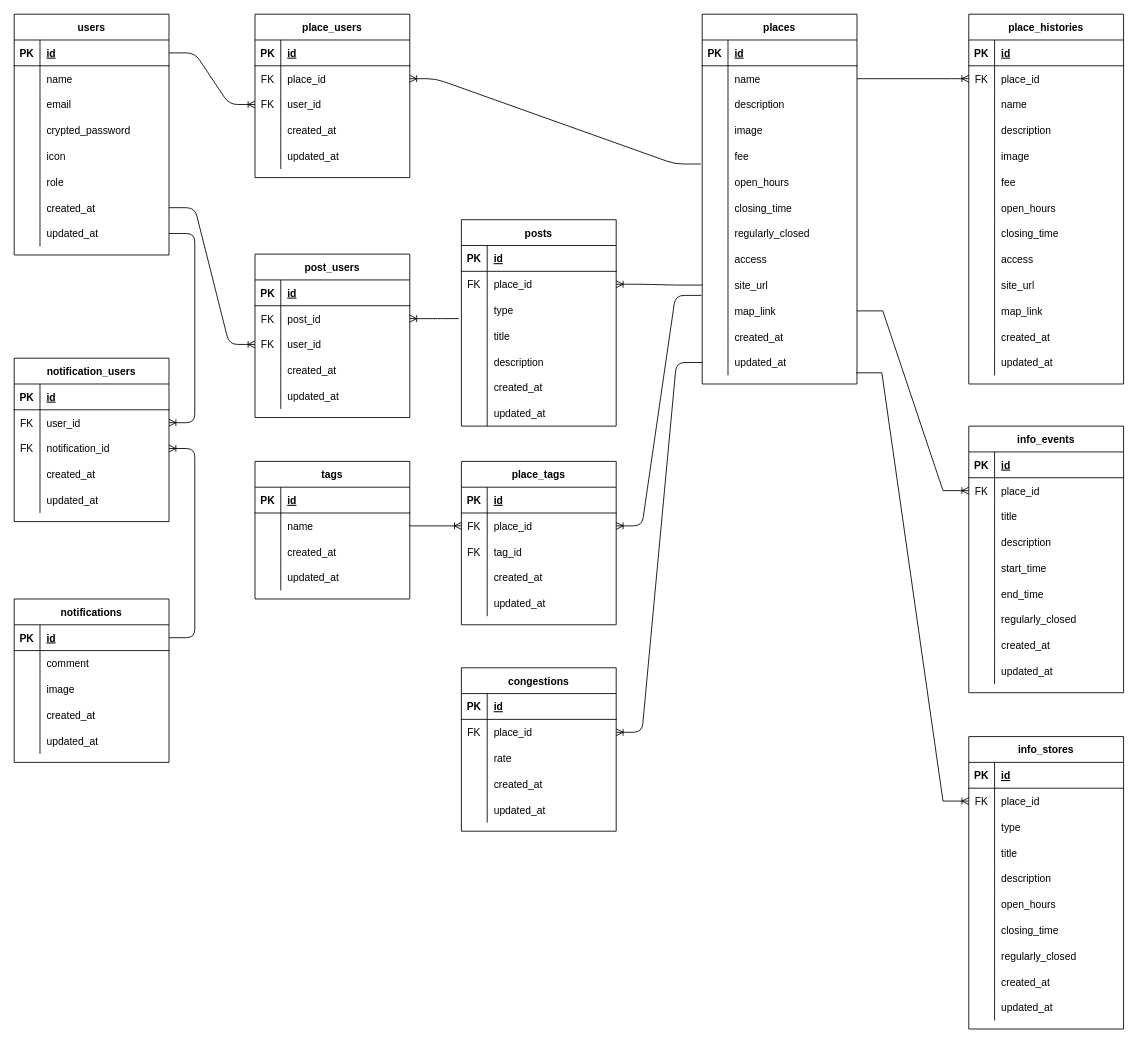
The draw.io diagram er.drawio in yyrnutdkg/rooftop-garden-for-relaxation, before the edit. Source tidied: cells renumbered, new cells numbered last; positions are measured from the earlier drawing's top-left corner, leaving out a move shared by most shapes. Both pictures are drawn from the tidied source at 86%, with x=0, y=0 at pixel (14, 14).
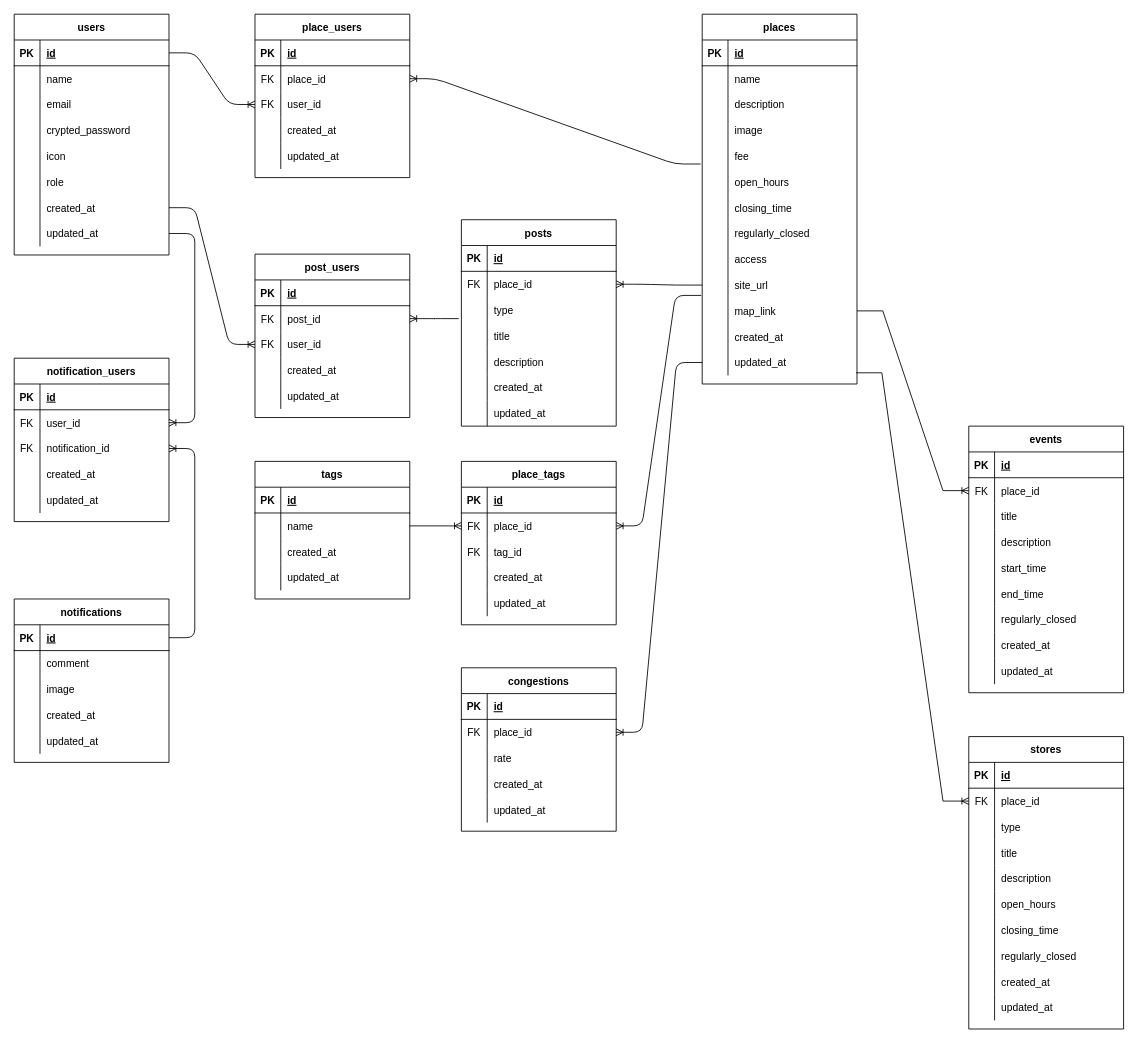
The same diagram, later.

Commit message:
[fix]指摘事項修正,テーブル名変更,テーブル数修正

Unchanged cells that the change refers to:
```xml
<mxCell id="66" style="shape=partialRectangle;fillColor=none;top=0;left=0;bottom=0;right=0;points=[[0,0.5],[1,0.5]];portConstraint=eastwest;fontColor=#000000;" parent="62" vertex="1">
  <mxGeometry y="60" width="180" height="30" as="geometry" />
</mxCell>
```

What changed in the source:
```diff
@@
-    <mxCell id="118" value="place_histories" style="shape=table;startSize=30;childLayout=tableLayout;rowLines=0;fontStyle=1;align=center;fontColor=#000000;" parent="1" vertex="1">
-      <mxGeometry x="1110" width="180" height="430" as="geometry" />
-    </mxCell>
-    <mxCell id="119" style="shape=partialRectangle;fillColor=none;top=0;left=0;bottom=1;right=0;fontColor=#000000;" parent="118" vertex="1">
-      <mxGeometry y="30" width="180" height="30" as="geometry" />
-    </mxCell>
-    <mxCell id="120" value="PK" style="shape=partialRectangle;fillColor=none;top=0;left=0;bottom=0;right=0;fontStyle=1;overflow=hidden;fontColor=#000000;" parent="119" vertex="1">
-      <mxGeometry width="30" height="30" as="geometry" />
-    </mxCell>
-    <mxCell id="121" value="id" style="shape=partialRectangle;fillColor=none;top=0;left=0;bottom=0;right=0;align=left;spacingLeft=6;fontStyle=5;overflow=hidden;fontColor=#000000;" parent="119" vertex="1">
-      <mxGeometry x="30" width="150" height="30" as="geometry" />
-    </mxCell>
-    <mxCell id="122" style="shape=tableRow;horizontal=0;startSize=0;swimlaneHead=0;swimlaneBody=0;fillColor=none;points=[[0,0.5],[1,0.5]];portConstraint=eastwest;top=0;left=0;right=0;bottom=0;fontColor=#000000;" parent="118" vertex="1">
-      <mxGeometry y="60" width="180" height="30" as="geometry" />
-    </mxCell>
-    <mxCell id="123" value="FK" style="shape=partialRectangle;fillColor=none;top=0;left=0;bottom=0;right=0;fontStyle=0;overflow=hidden;fontColor=#000000;" parent="122" vertex="1">
-      <mxGeometry width="30" height="30" as="geometry" />
-    </mxCell>
-    <mxCell id="124" value="place_id" style="shape=partialRectangle;fillColor=none;top=0;left=0;bottom=0;right=0;align=left;spacingLeft=6;fontStyle=0;overflow=hidden;fontColor=#000000;" parent="122" vertex="1">
-      <mxGeometry x="30" width="150" height="30" as="geometry" />
-    </mxCell>
-    <mxCell id="125" style="shape=partialRectangle;fillColor=none;top=0;left=0;bottom=0;right=0;fontColor=#000000;" parent="118" vertex="1">
-      <mxGeometry y="90" width="180" height="30" as="geometry" />
-    </mxCell>
-    <mxCell id="126" style="shape=partialRectangle;fillColor=none;top=0;left=0;bottom=0;right=0;overflow=hidden;fontColor=#000000;" parent="125" vertex="1">
-      <mxGeometry width="30" height="30" as="geometry" />
-    </mxCell>
-    <mxCell id="127" value="name" style="shape=partialRectangle;fillColor=none;top=0;left=0;bottom=0;right=0;align=left;spacingLeft=6;overflow=hidden;fontColor=#000000;" parent="125" vertex="1">
-      <mxGeometry x="30" width="150" height="30" as="geometry" />
-    </mxCell>
-    <mxCell id="128" style="shape=partialRectangle;fillColor=none;top=0;left=0;bottom=0;right=0;fontColor=#000000;" parent="118" vertex="1">
-      <mxGeometry y="120" width="180" height="30" as="geometry" />
-    </mxCell>
-    <mxCell id="129" style="shape=partialRectangle;fillColor=none;top=0;left=0;bottom=0;right=0;overflow=hidden;fontColor=#000000;" parent="128" vertex="1">
-      <mxGeometry width="30" height="30" as="geometry" />
-    </mxCell>
-    <mxCell id="130" value="description" style="shape=partialRectangle;fillColor=none;top=0;left=0;bottom=0;right=0;align=left;spacingLeft=6;overflow=hidden;fontColor=#000000;" parent="128" vertex="1">
-      <mxGeometry x="30" width="150" height="30" as="geometry" />
-    </mxCell>
-    <mxCell id="131" style="shape=partialRectangle;fillColor=none;top=0;left=0;bottom=0;right=0;fontColor=#000000;" parent="118" vertex="1">
-      <mxGeometry y="150" width="180" height="30" as="geometry" />
-    </mxCell>
-    <mxCell id="132" style="shape=partialRectangle;fillColor=none;top=0;left=0;bottom=0;right=0;overflow=hidden;fontColor=#000000;" parent="131" vertex="1">
-      <mxGeometry width="30" height="30" as="geometry" />
-    </mxCell>
-    <mxCell id="133" value="image" style="shape=partialRectangle;fillColor=none;top=0;left=0;bottom=0;right=0;align=left;spacingLeft=6;overflow=hidden;fontColor=#000000;" parent="131" vertex="1">
-      <mxGeometry x="30" width="150" height="30" as="geometry" />
-    </mxCell>
-    <mxCell id="134" style="shape=partialRectangle;fillColor=none;top=0;left=0;bottom=0;right=0;fontColor=#000000;" parent="118" vertex="1">
-      <mxGeometry y="180" width="180" height="30" as="geometry" />
-    </mxCell>
-    <mxCell id="135" style="shape=partialRectangle;fillColor=none;top=0;left=0;bottom=0;right=0;overflow=hidden;fontColor=#000000;" parent="134" vertex="1">
-      <mxGeometry width="30" height="30" as="geometry" />
-    </mxCell>
-    <mxCell id="136" value="fee" style="shape=partialRectangle;fillColor=none;top=0;left=0;bottom=0;right=0;align=left;spacingLeft=6;overflow=hidden;fontColor=#000000;" parent="134" vertex="1">
-      <mxGeometry x="30" width="150" height="30" as="geometry" />
-    </mxCell>
-    <mxCell id="137" style="shape=partialRectangle;fillColor=none;top=0;left=0;bottom=0;right=0;fontColor=#000000;" parent="118" vertex="1">
-      <mxGeometry y="210" width="180" height="30" as="geometry" />
-    </mxCell>
-    <mxCell id="138" style="shape=partialRectangle;fillColor=none;top=0;left=0;bottom=0;right=0;overflow=hidden;fontColor=#000000;" parent="137" vertex="1">
-      <mxGeometry width="30" height="30" as="geometry" />
-    </mxCell>
-    <mxCell id="139" value="open_hours" style="shape=partialRectangle;fillColor=none;top=0;left=0;bottom=0;right=0;align=left;spacingLeft=6;overflow=hidden;fontColor=#000000;" parent="137" vertex="1">
-      <mxGeometry x="30" width="150" height="30" as="geometry" />
-    </mxCell>
-    <mxCell id="140" style="shape=partialRectangle;fillColor=none;top=0;left=0;bottom=0;right=0;fontColor=#000000;" parent="118" vertex="1">
-      <mxGeometry y="240" width="180" height="30" as="geometry" />
-    </mxCell>
-    <mxCell id="141" style="shape=partialRectangle;fillColor=none;top=0;left=0;bottom=0;right=0;overflow=hidden;fontColor=#000000;" parent="140" vertex="1">
-      <mxGeometry width="30" height="30" as="geometry" />
-    </mxCell>
-    <mxCell id="142" value="closing_time" style="shape=partialRectangle;fillColor=none;top=0;left=0;bottom=0;right=0;align=left;spacingLeft=6;overflow=hidden;fontColor=#000000;" parent="140" vertex="1">
-      <mxGeometry x="30" width="150" height="30" as="geometry" />
-    </mxCell>
-    <mxCell id="143" style="shape=partialRectangle;fillColor=none;top=0;left=0;bottom=0;right=0;fontColor=#000000;" parent="118" vertex="1">
-      <mxGeometry y="270" width="180" height="30" as="geometry" />
-    </mxCell>
-    <mxCell id="144" style="shape=partialRectangle;fillColor=none;top=0;left=0;bottom=0;right=0;overflow=hidden;fontColor=#000000;" parent="143" vertex="1">
-      <mxGeometry width="30" height="30" as="geometry" />
-    </mxCell>
-    <mxCell id="145" value="access" style="shape=partialRectangle;fillColor=none;top=0;left=0;bottom=0;right=0;align=left;spacingLeft=6;overflow=hidden;fontColor=#000000;" parent="143" vertex="1">
-      <mxGeometry x="30" width="150" height="30" as="geometry" />
-    </mxCell>
-    <mxCell id="146" style="shape=partialRectangle;fillColor=none;top=0;left=0;bottom=0;right=0;fontColor=#000000;" parent="118" vertex="1">
-      <mxGeometry y="300" width="180" height="30" as="geometry" />
-    </mxCell>
-    <mxCell id="147" style="shape=partialRectangle;fillColor=none;top=0;left=0;bottom=0;right=0;overflow=hidden;fontColor=#000000;" parent="146" vertex="1">
-      <mxGeometry width="30" height="30" as="geometry" />
-    </mxCell>
-    <mxCell id="148" value="site_url" style="shape=partialRectangle;fillColor=none;top=0;left=0;bottom=0;right=0;align=left;spacingLeft=6;overflow=hidden;fontColor=#000000;" parent="146" vertex="1">
-      <mxGeometry x="30" width="150" height="30" as="geometry" />
-    </mxCell>
-    <mxCell id="149" style="shape=partialRectangle;fillColor=none;top=0;left=0;bottom=0;right=0;fontColor=#000000;" parent="118" vertex="1">
-      <mxGeometry y="330" width="180" height="30" as="geometry" />
-    </mxCell>
-    <mxCell id="150" style="shape=partialRectangle;fillColor=none;top=0;left=0;bottom=0;right=0;overflow=hidden;fontColor=#000000;" parent="149" vertex="1">
-      <mxGeometry width="30" height="30" as="geometry" />
-    </mxCell>
-    <mxCell id="151" value="map_link" style="shape=partialRectangle;fillColor=none;top=0;left=0;bottom=0;right=0;align=left;spacingLeft=6;overflow=hidden;fontColor=#000000;" parent="149" vertex="1">
-      <mxGeometry x="30" width="150" height="30" as="geometry" />
-    </mxCell>
-    <mxCell id="152" style="shape=partialRectangle;fillColor=none;top=0;left=0;bottom=0;right=0;fontColor=#000000;" parent="118" vertex="1">
-      <mxGeometry y="360" width="180" height="30" as="geometry" />
-    </mxCell>
-    <mxCell id="153" style="shape=partialRectangle;fillColor=none;top=0;left=0;bottom=0;right=0;overflow=hidden;fontColor=#000000;" parent="152" vertex="1">
-      <mxGeometry width="30" height="30" as="geometry" />
-    </mxCell>
-    <mxCell id="154" value="created_at" style="shape=partialRectangle;fillColor=none;top=0;left=0;bottom=0;right=0;align=left;spacingLeft=6;overflow=hidden;fontColor=#000000;" parent="152" vertex="1">
-      <mxGeometry x="30" width="150" height="30" as="geometry" />
-    </mxCell>
-    <mxCell id="155" style="shape=partialRectangle;fillColor=none;top=0;left=0;bottom=0;right=0;fontColor=#000000;" parent="118" vertex="1">
-      <mxGeometry y="390" width="180" height="30" as="geometry" />
-    </mxCell>
-    <mxCell id="156" style="shape=partialRectangle;fillColor=none;top=0;left=0;bottom=0;right=0;overflow=hidden;fontColor=#000000;" parent="155" vertex="1">
-      <mxGeometry width="30" height="30" as="geometry" />
-    </mxCell>
-    <mxCell id="157" value="updated_at" style="shape=partialRectangle;fillColor=none;top=0;left=0;bottom=0;right=0;align=left;spacingLeft=6;overflow=hidden;fontColor=#000000;" parent="155" vertex="1">
-      <mxGeometry x="30" width="150" height="30" as="geometry" />
-    </mxCell>
-    <mxCell id="158" style="edgeStyle=entityRelationEdgeStyle;fontSize=12;html=1;endArrow=ERoneToMany;fontColor=#000000;entryX=0;entryY=0.5;entryDx=0;entryDy=0;exitX=1;exitY=0.5;exitDx=0;exitDy=0;" parent="1" edge="1" source="66" target="122">
-      <mxGeometry relative="1" as="geometry" />
-    </mxCell>
@@
-    <mxCell id="249" value="info_events" style="shape=table;startSize=30;childLayout=tableLayout;rowLines=0;fontStyle=1;align=center;fontColor=#000000;" parent="1" vertex="1">
+    <mxCell id="249" value="events" style="shape=table;startSize=30;childLayout=tableLayout;rowLines=0;fontStyle=1;align=center;fontColor=#000000;" parent="1" vertex="1">
       <mxGeometry x="1110" y="479" width="180" height="310" as="geometry" />
     </mxCell>
@@
-    <mxCell id="277" value="info_stores" style="shape=table;startSize=30;childLayout=tableLayout;rowLines=0;fontStyle=1;align=center;fontColor=#000000;" parent="1" vertex="1">
+    <mxCell id="277" value="stores" style="shape=table;startSize=30;childLayout=tableLayout;rowLines=0;fontStyle=1;align=center;fontColor=#000000;" parent="1" vertex="1">
       <mxGeometry x="1110" y="840" width="180" height="340" as="geometry" />
     </mxCell>
```
